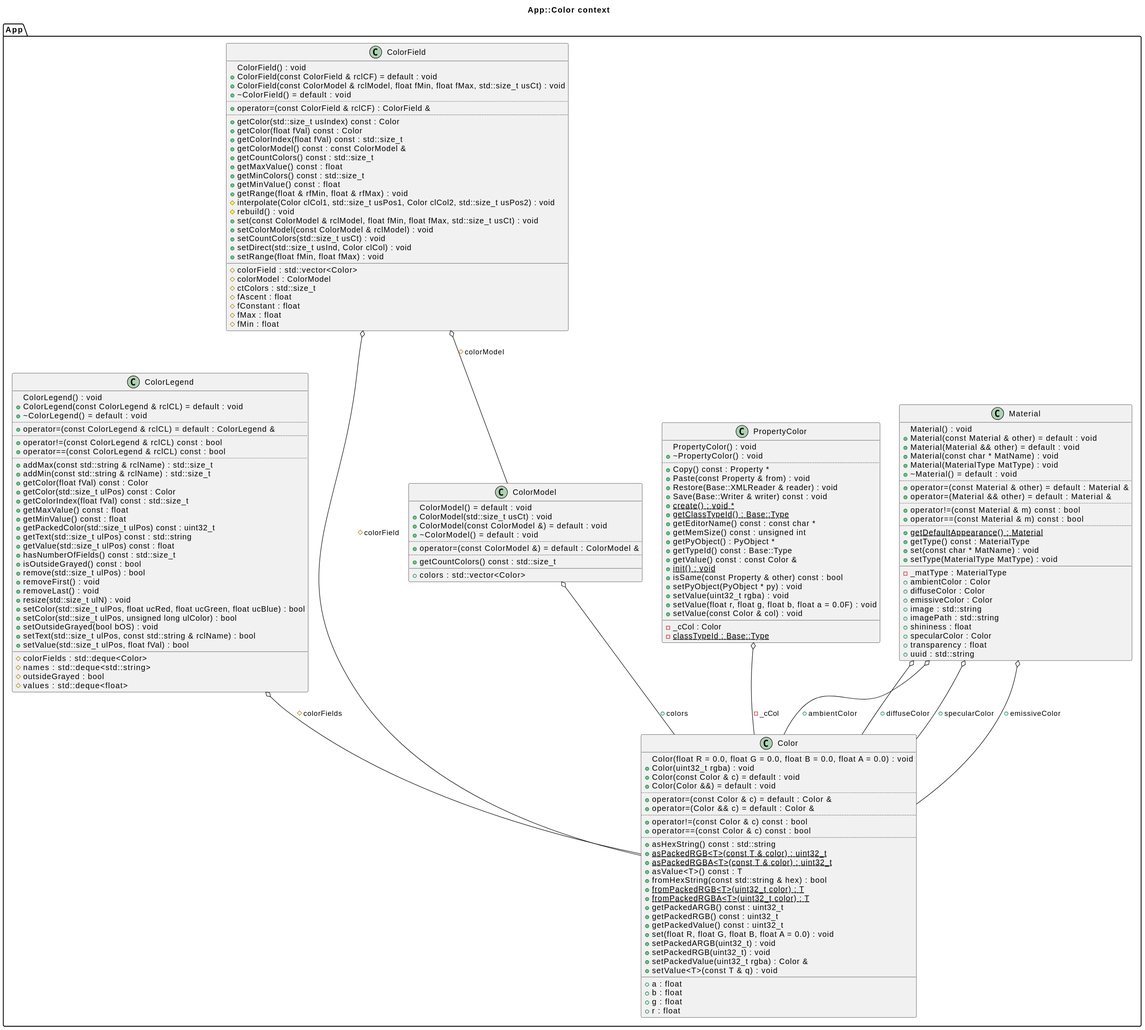
This is freecad/diagrams/app_Color.svg from bkryza/clang-uml-examples, a PlantUML export, as it was before one commit.
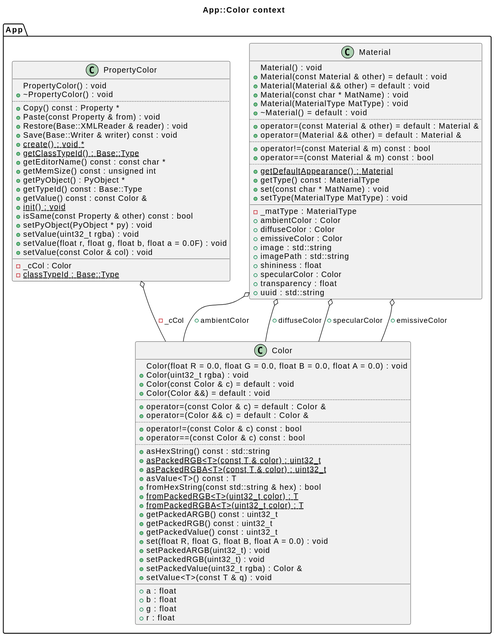
Later version of the same file.

Change to the diagram source:
```diff
@@ -92,100 +92,11 @@
 -_cCol : Color [[[https://github.com/FreeCAD/FreeCAD/blob/2fcc5317fe3aee96ca73475986a577719fc78e20/src/App/PropertyStandard.h#L979{_cCol}]]]
 {static} -classTypeId : Base::Type [[[https://github.com/FreeCAD/FreeCAD/blob/2fcc5317fe3aee96ca73475986a577719fc78e20/src/Base/BaseClass.h#L55{classTypeId}]]]
 }
-class "ColorModel" as C_0010120638161956693423
-class C_0010120638161956693423 [[https://github.com/FreeCAD/FreeCAD/blob/2fcc5317fe3aee96ca73475986a577719fc78e20/src/App/ColorModel.h#L73{ColorModel}]] {
-+ColorModel() = default : void [[[https://github.com/FreeCAD/FreeCAD/blob/2fcc5317fe3aee96ca73475986a577719fc78e20/src/App/ColorModel.h#L76{ColorModel}]]]
-+ColorModel(std::size_t usCt) : void [[[https://github.com/FreeCAD/FreeCAD/blob/2fcc5317fe3aee96ca73475986a577719fc78e20/src/App/ColorModel.h#L77{ColorModel}]]]
-+ColorModel(const ColorModel &) = default : void [[[https://github.com/FreeCAD/FreeCAD/blob/2fcc5317fe3aee96ca73475986a577719fc78e20/src/App/ColorModel.h#L80{ColorModel}]]]
-+~ColorModel() = default : void [[[https://github.com/FreeCAD/FreeCAD/blob/2fcc5317fe3aee96ca73475986a577719fc78e20/src/App/ColorModel.h#L81{~ColorModel}]]]
-..
-+operator=(const ColorModel &) = default : ColorModel & [[[https://github.com/FreeCAD/FreeCAD/blob/2fcc5317fe3aee96ca73475986a577719fc78e20/src/App/ColorModel.h#L82{operator=}]]]
-..
-+getCountColors() const : std::size_t [[[https://github.com/FreeCAD/FreeCAD/blob/2fcc5317fe3aee96ca73475986a577719fc78e20/src/App/ColorModel.h#L83{getCountColors}]]]
-__
-+colors : std::vector<Color> [[[https://github.com/FreeCAD/FreeCAD/blob/2fcc5317fe3aee96ca73475986a577719fc78e20/src/App/ColorModel.h#L86{colors}]]]
-}
-class "ColorField" as C_0002000033156209871532
-class C_0002000033156209871532 [[https://github.com/FreeCAD/FreeCAD/blob/2fcc5317fe3aee96ca73475986a577719fc78e20/src/App/ColorModel.h#L252{ColorField}]] {
-+ColorField() : void [[[https://github.com/FreeCAD/FreeCAD/blob/2fcc5317fe3aee96ca73475986a577719fc78e20/src/App/ColorModel.h#L255{ColorField}]]]
-+ColorField(const ColorField & rclCF) = default : void [[[https://github.com/FreeCAD/FreeCAD/blob/2fcc5317fe3aee96ca73475986a577719fc78e20/src/App/ColorModel.h#L256{ColorField}]]]
-+ColorField(const ColorModel & rclModel, float fMin, float fMax, std::size_t usCt) : void [[[https://github.com/FreeCAD/FreeCAD/blob/2fcc5317fe3aee96ca73475986a577719fc78e20/src/App/ColorModel.h#L257{ColorField}]]]
-+~ColorField() = default : void [[[https://github.com/FreeCAD/FreeCAD/blob/2fcc5317fe3aee96ca73475986a577719fc78e20/src/App/ColorModel.h#L258{~ColorField}]]]
-..
-+operator=(const ColorField & rclCF) : ColorField & [[[https://github.com/FreeCAD/FreeCAD/blob/2fcc5317fe3aee96ca73475986a577719fc78e20/src/App/ColorModel.h#L260{operator=}]]]
-..
-+getColor(std::size_t usIndex) const : Color [[[https://github.com/FreeCAD/FreeCAD/blob/2fcc5317fe3aee96ca73475986a577719fc78e20/src/App/ColorModel.h#L292{getColor}]]]
-+getColor(float fVal) const : Color [[[https://github.com/FreeCAD/FreeCAD/blob/2fcc5317fe3aee96ca73475986a577719fc78e20/src/App/ColorModel.h#L295{getColor}]]]
-+getColorIndex(float fVal) const : std::size_t [[[https://github.com/FreeCAD/FreeCAD/blob/2fcc5317fe3aee96ca73475986a577719fc78e20/src/App/ColorModel.h#L296{getColorIndex}]]]
-+getColorModel() const : const ColorModel & [[[https://github.com/FreeCAD/FreeCAD/blob/2fcc5317fe3aee96ca73475986a577719fc78e20/src/App/ColorModel.h#L279{getColorModel}]]]
-+getCountColors() const : std::size_t [[[https://github.com/FreeCAD/FreeCAD/blob/2fcc5317fe3aee96ca73475986a577719fc78e20/src/App/ColorModel.h#L262{getCountColors}]]]
-+getMaxValue() const : float [[[https://github.com/FreeCAD/FreeCAD/blob/2fcc5317fe3aee96ca73475986a577719fc78e20/src/App/ColorModel.h#L288{getMaxValue}]]]
-+getMinColors() const : std::size_t [[[https://github.com/FreeCAD/FreeCAD/blob/2fcc5317fe3aee96ca73475986a577719fc78e20/src/App/ColorModel.h#L275{getMinColors}]]]
-+getMinValue() const : float [[[https://github.com/FreeCAD/FreeCAD/blob/2fcc5317fe3aee96ca73475986a577719fc78e20/src/App/ColorModel.h#L285{getMinValue}]]]
-+getRange(float & rfMin, float & rfMax) : void [[[https://github.com/FreeCAD/FreeCAD/blob/2fcc5317fe3aee96ca73475986a577719fc78e20/src/App/ColorModel.h#L272{getRange}]]]
-#interpolate(Color clCol1, std::size_t usPos1, Color clCol2, std::size_t usPos2) : void [[[https://github.com/FreeCAD/FreeCAD/blob/2fcc5317fe3aee96ca73475986a577719fc78e20/src/App/ColorModel.h#L306{interpolate}]]]
-#rebuild() : void [[[https://github.com/FreeCAD/FreeCAD/blob/2fcc5317fe3aee96ca73475986a577719fc78e20/src/App/ColorModel.h#L305{rebuild}]]]
-+set(const ColorModel & rclModel, float fMin, float fMax, std::size_t usCt) : void [[[https://github.com/FreeCAD/FreeCAD/blob/2fcc5317fe3aee96ca73475986a577719fc78e20/src/App/ColorModel.h#L265{set}]]]
-+setColorModel(const ColorModel & rclModel) : void [[[https://github.com/FreeCAD/FreeCAD/blob/2fcc5317fe3aee96ca73475986a577719fc78e20/src/App/ColorModel.h#L278{setColorModel}]]]
-+setCountColors(std::size_t usCt) : void [[[https://github.com/FreeCAD/FreeCAD/blob/2fcc5317fe3aee96ca73475986a577719fc78e20/src/App/ColorModel.h#L266{setCountColors}]]]
-+setDirect(std::size_t usInd, Color clCol) : void [[[https://github.com/FreeCAD/FreeCAD/blob/2fcc5317fe3aee96ca73475986a577719fc78e20/src/App/ColorModel.h#L282{setDirect}]]]
-+setRange(float fMin, float fMax) : void [[[https://github.com/FreeCAD/FreeCAD/blob/2fcc5317fe3aee96ca73475986a577719fc78e20/src/App/ColorModel.h#L269{setRange}]]]
-__
-#colorField : std::vector<Color> [[[https://github.com/FreeCAD/FreeCAD/blob/2fcc5317fe3aee96ca73475986a577719fc78e20/src/App/ColorModel.h#L303{colorField}]]]
-#colorModel : ColorModel [[[https://github.com/FreeCAD/FreeCAD/blob/2fcc5317fe3aee96ca73475986a577719fc78e20/src/App/ColorModel.h#L299{colorModel}]]]
-#ctColors : std::size_t [[[https://github.com/FreeCAD/FreeCAD/blob/2fcc5317fe3aee96ca73475986a577719fc78e20/src/App/ColorModel.h#L302{ctColors}]]]
-#fAscent : float [[[https://github.com/FreeCAD/FreeCAD/blob/2fcc5317fe3aee96ca73475986a577719fc78e20/src/App/ColorModel.h#L301{fAscent}]]]
-#fConstant : float [[[https://github.com/FreeCAD/FreeCAD/blob/2fcc5317fe3aee96ca73475986a577719fc78e20/src/App/ColorModel.h#L301{fConstant}]]]
-#fMax : float [[[https://github.com/FreeCAD/FreeCAD/blob/2fcc5317fe3aee96ca73475986a577719fc78e20/src/App/ColorModel.h#L300{fMax}]]]
-#fMin : float [[[https://github.com/FreeCAD/FreeCAD/blob/2fcc5317fe3aee96ca73475986a577719fc78e20/src/App/ColorModel.h#L300{fMin}]]]
-}
-class "ColorLegend" as C_0008625858183207510430
-class C_0008625858183207510430 [[https://github.com/FreeCAD/FreeCAD/blob/2fcc5317fe3aee96ca73475986a577719fc78e20/src/App/ColorModel.h#L440{ColorLegend}]] {
-+ColorLegend() : void [[[https://github.com/FreeCAD/FreeCAD/blob/2fcc5317fe3aee96ca73475986a577719fc78e20/src/App/ColorModel.h#L443{ColorLegend}]]]
-+ColorLegend(const ColorLegend & rclCL) = default : void [[[https://github.com/FreeCAD/FreeCAD/blob/2fcc5317fe3aee96ca73475986a577719fc78e20/src/App/ColorModel.h#L444{ColorLegend}]]]
-+~ColorLegend() = default : void [[[https://github.com/FreeCAD/FreeCAD/blob/2fcc5317fe3aee96ca73475986a577719fc78e20/src/App/ColorModel.h#L445{~ColorLegend}]]]
-..
-+operator=(const ColorLegend & rclCL) = default : ColorLegend & [[[https://github.com/FreeCAD/FreeCAD/blob/2fcc5317fe3aee96ca73475986a577719fc78e20/src/App/ColorModel.h#L447{operator=}]]]
-..
-+operator!=(const ColorLegend & rclCL) const : bool [[[https://github.com/FreeCAD/FreeCAD/blob/2fcc5317fe3aee96ca73475986a577719fc78e20/src/App/ColorModel.h#L449{operator!=}]]]
-+operator==(const ColorLegend & rclCL) const : bool [[[https://github.com/FreeCAD/FreeCAD/blob/2fcc5317fe3aee96ca73475986a577719fc78e20/src/App/ColorModel.h#L448{operator==}]]]
-..
-+addMax(const std::string & rclName) : std::size_t [[[https://github.com/FreeCAD/FreeCAD/blob/2fcc5317fe3aee96ca73475986a577719fc78e20/src/App/ColorModel.h#L455{addMax}]]]
-+addMin(const std::string & rclName) : std::size_t [[[https://github.com/FreeCAD/FreeCAD/blob/2fcc5317fe3aee96ca73475986a577719fc78e20/src/App/ColorModel.h#L454{addMin}]]]
-+getColor(float fVal) const : Color [[[https://github.com/FreeCAD/FreeCAD/blob/2fcc5317fe3aee96ca73475986a577719fc78e20/src/App/ColorModel.h#L480{getColor}]]]
-+getColor(std::size_t ulPos) const : Color [[[https://github.com/FreeCAD/FreeCAD/blob/2fcc5317fe3aee96ca73475986a577719fc78e20/src/App/ColorModel.h#L460{getColor}]]]
-+getColorIndex(float fVal) const : std::size_t [[[https://github.com/FreeCAD/FreeCAD/blob/2fcc5317fe3aee96ca73475986a577719fc78e20/src/App/ColorModel.h#L481{getColorIndex}]]]
-+getMaxValue() const : float [[[https://github.com/FreeCAD/FreeCAD/blob/2fcc5317fe3aee96ca73475986a577719fc78e20/src/App/ColorModel.h#L478{getMaxValue}]]]
-+getMinValue() const : float [[[https://github.com/FreeCAD/FreeCAD/blob/2fcc5317fe3aee96ca73475986a577719fc78e20/src/App/ColorModel.h#L477{getMinValue}]]]
-+getPackedColor(std::size_t ulPos) const : uint32_t [[[https://github.com/FreeCAD/FreeCAD/blob/2fcc5317fe3aee96ca73475986a577719fc78e20/src/App/ColorModel.h#L461{getPackedColor}]]]
-+getText(std::size_t ulPos) const : std::string [[[https://github.com/FreeCAD/FreeCAD/blob/2fcc5317fe3aee96ca73475986a577719fc78e20/src/App/ColorModel.h#L466{getText}]]]
-+getValue(std::size_t ulPos) const : float [[[https://github.com/FreeCAD/FreeCAD/blob/2fcc5317fe3aee96ca73475986a577719fc78e20/src/App/ColorModel.h#L464{getValue}]]]
-+hasNumberOfFields() const : std::size_t [[[https://github.com/FreeCAD/FreeCAD/blob/2fcc5317fe3aee96ca73475986a577719fc78e20/src/App/ColorModel.h#L468{hasNumberOfFields}]]]
-+isOutsideGrayed() const : bool [[[https://github.com/FreeCAD/FreeCAD/blob/2fcc5317fe3aee96ca73475986a577719fc78e20/src/App/ColorModel.h#L474{isOutsideGrayed}]]]
-+remove(std::size_t ulPos) : bool [[[https://github.com/FreeCAD/FreeCAD/blob/2fcc5317fe3aee96ca73475986a577719fc78e20/src/App/ColorModel.h#L456{remove}]]]
-+removeFirst() : void [[[https://github.com/FreeCAD/FreeCAD/blob/2fcc5317fe3aee96ca73475986a577719fc78e20/src/App/ColorModel.h#L457{removeFirst}]]]
-+removeLast() : void [[[https://github.com/FreeCAD/FreeCAD/blob/2fcc5317fe3aee96ca73475986a577719fc78e20/src/App/ColorModel.h#L458{removeLast}]]]
-+resize(std::size_t ulN) : void [[[https://github.com/FreeCAD/FreeCAD/blob/2fcc5317fe3aee96ca73475986a577719fc78e20/src/App/ColorModel.h#L453{resize}]]]
-+setColor(std::size_t ulPos, float ucRed, float ucGreen, float ucBlue) : bool [[[https://github.com/FreeCAD/FreeCAD/blob/2fcc5317fe3aee96ca73475986a577719fc78e20/src/App/ColorModel.h#L462{setColor}]]]
-+setColor(std::size_t ulPos, unsigned long ulColor) : bool [[[https://github.com/FreeCAD/FreeCAD/blob/2fcc5317fe3aee96ca73475986a577719fc78e20/src/App/ColorModel.h#L463{setColor}]]]
-+setOutsideGrayed(bool bOS) : void [[[https://github.com/FreeCAD/FreeCAD/blob/2fcc5317fe3aee96ca73475986a577719fc78e20/src/App/ColorModel.h#L471{setOutsideGrayed}]]]
-+setText(std::size_t ulPos, const std::string & rclName) : bool [[[https://github.com/FreeCAD/FreeCAD/blob/2fcc5317fe3aee96ca73475986a577719fc78e20/src/App/ColorModel.h#L467{setText}]]]
-+setValue(std::size_t ulPos, float fVal) : bool [[[https://github.com/FreeCAD/FreeCAD/blob/2fcc5317fe3aee96ca73475986a577719fc78e20/src/App/ColorModel.h#L465{setValue}]]]
-__
-#colorFields : std::deque<Color> [[[https://github.com/FreeCAD/FreeCAD/blob/2fcc5317fe3aee96ca73475986a577719fc78e20/src/App/ColorModel.h#L484{colorFields}]]]
-#names : std::deque<std::string> [[[https://github.com/FreeCAD/FreeCAD/blob/2fcc5317fe3aee96ca73475986a577719fc78e20/src/App/ColorModel.h#L485{names}]]]
-#outsideGrayed : bool [[[https://github.com/FreeCAD/FreeCAD/blob/2fcc5317fe3aee96ca73475986a577719fc78e20/src/App/ColorModel.h#L487{outsideGrayed}]]]
-#values : std::deque<float> [[[https://github.com/FreeCAD/FreeCAD/blob/2fcc5317fe3aee96ca73475986a577719fc78e20/src/App/ColorModel.h#L486{values}]]]
-}
 }
 C_0011932603888482871764 o-- C_0007151109991894271781 [[https://github.com/FreeCAD/FreeCAD/blob/2fcc5317fe3aee96ca73475986a577719fc78e20/src/App/Material.h#L128{ambientColor}]] : +ambientColor
 C_0011932603888482871764 o-- C_0007151109991894271781 [[https://github.com/FreeCAD/FreeCAD/blob/2fcc5317fe3aee96ca73475986a577719fc78e20/src/App/Material.h#L129{diffuseColor}]] : +diffuseColor
 C_0011932603888482871764 o-- C_0007151109991894271781 [[https://github.com/FreeCAD/FreeCAD/blob/2fcc5317fe3aee96ca73475986a577719fc78e20/src/App/Material.h#L130{specularColor}]] : +specularColor
 C_0011932603888482871764 o-- C_0007151109991894271781 [[https://github.com/FreeCAD/FreeCAD/blob/2fcc5317fe3aee96ca73475986a577719fc78e20/src/App/Material.h#L131{emissiveColor}]] : +emissiveColor
 C_0015230124054626886715 o-- C_0007151109991894271781 [[https://github.com/FreeCAD/FreeCAD/blob/2fcc5317fe3aee96ca73475986a577719fc78e20/src/App/PropertyStandard.h#L979{_cCol}]] : -_cCol
-C_0010120638161956693423 o-- C_0007151109991894271781 [[https://github.com/FreeCAD/FreeCAD/blob/2fcc5317fe3aee96ca73475986a577719fc78e20/src/App/ColorModel.h#L86{colors}]] : +colors
-C_0002000033156209871532 o-- C_0010120638161956693423 [[https://github.com/FreeCAD/FreeCAD/blob/2fcc5317fe3aee96ca73475986a577719fc78e20/src/App/ColorModel.h#L299{colorModel}]] : #colorModel
-C_0002000033156209871532 o-- C_0007151109991894271781 [[https://github.com/FreeCAD/FreeCAD/blob/2fcc5317fe3aee96ca73475986a577719fc78e20/src/App/ColorModel.h#L303{colorField}]] : #colorField
-C_0008625858183207510430 o-- C_0007151109991894271781 [[https://github.com/FreeCAD/FreeCAD/blob/2fcc5317fe3aee96ca73475986a577719fc78e20/src/App/ColorModel.h#L484{colorFields}]] : #colorFields
 
 @enduml
```
